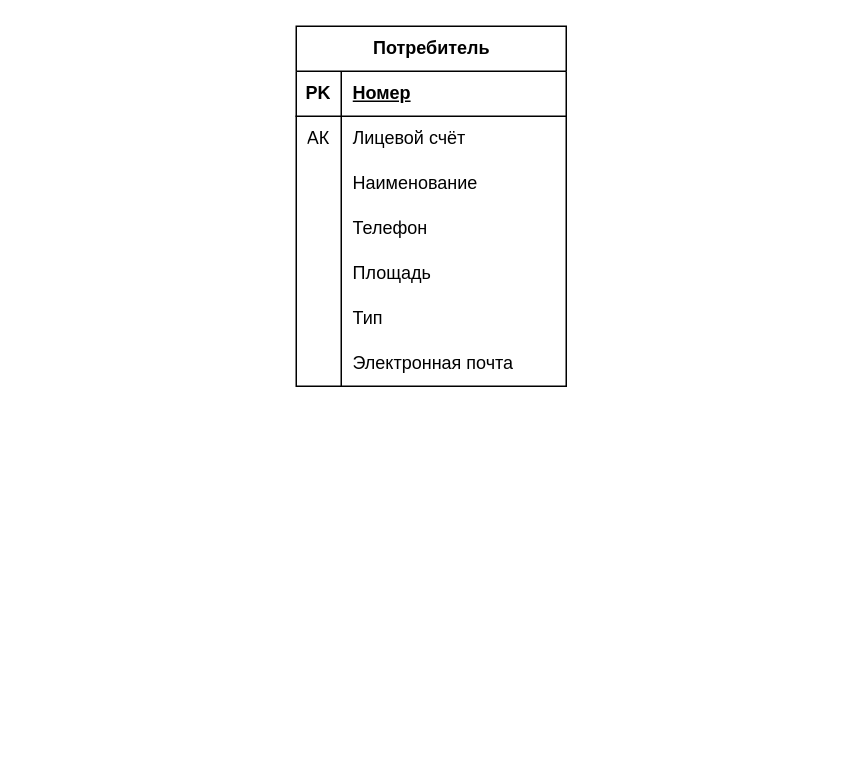
Earlier version of the draw.io diagram PBD/Z3/Diagrams/П_Ф_Ю.drawio (Mutabona/4Semestr). Source tidied: cells renumbered, new cells numbered last; positions are measured from the earlier drawing's top-left corner, leaving out a move shared by most shapes. Both pictures are drawn from the tidied source at 150%, with x=0, y=0 at pixel (296, 26).
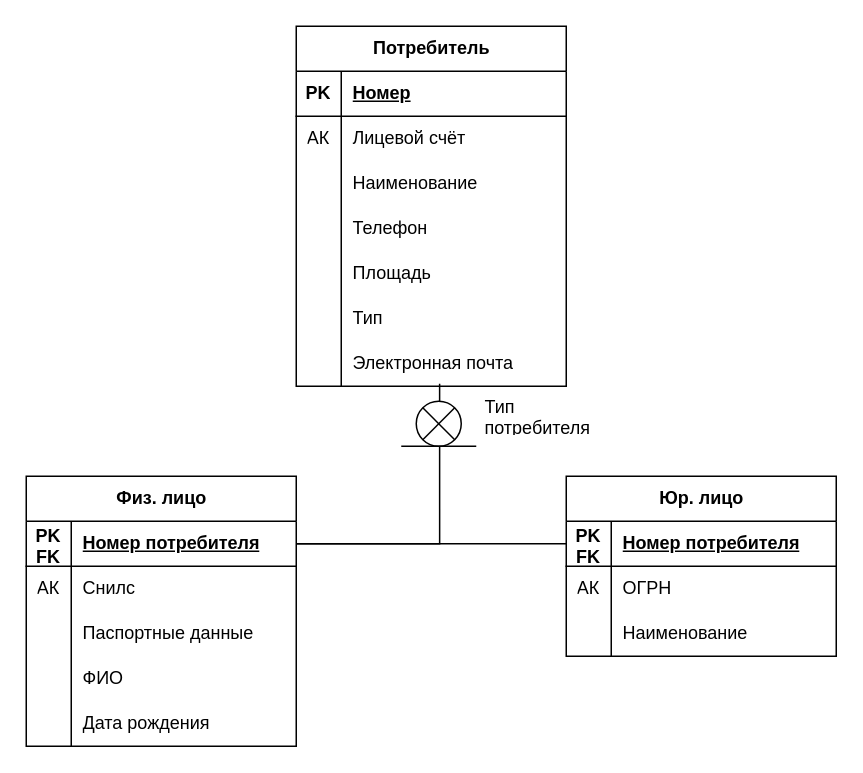
Above is the later version.

The change refers to these unchanged cells:
```xml
<mxCell id="21" style="shape=tableRow;horizontal=0;startSize=0;swimlaneHead=0;swimlaneBody=0;fillColor=none;points=[[0,0.5],[1,0.5]];portConstraint=eastwest;top=0;left=0;right=0;bottom=0;" parent="2" vertex="1">
  <mxGeometry y="210" width="180" height="30" as="geometry" />
</mxCell>
```

Diff of the diagram source:
```diff
@@
+    <mxCell id="24" value="Физ. лицо" style="shape=table;startSize=30;childLayout=tableLayout;rowLines=0;fontStyle=1;align=center;html=1;" parent="1" vertex="1">
+      <mxGeometry x="-180" y="300" width="180" height="180" as="geometry" />
+    </mxCell>
+    <mxCell id="25" style="shape=tableRow;horizontal=0;startSize=0;swimlaneHead=0;swimlaneBody=0;fillColor=none;points=[[0,0.5],[1,0.5]];portConstraint=eastwest;top=0;left=0;right=0;bottom=1;" parent="24" vertex="1">
+      <mxGeometry y="30" width="180" height="30" as="geometry" />
+    </mxCell>
+    <mxCell id="26" value="PK FK" style="shape=partialRectangle;fillColor=none;top=0;left=0;bottom=0;right=0;fontStyle=1;overflow=hidden;whiteSpace=wrap;html=1;" parent="25" vertex="1">
+      <mxGeometry width="30" height="30" as="geometry" />
+    </mxCell>
+    <mxCell id="27" value="Номер потребителя" style="shape=partialRectangle;fillColor=none;top=0;left=0;bottom=0;right=0;align=left;spacingLeft=6;fontStyle=5;overflow=hidden;whiteSpace=wrap;html=1;" parent="25" vertex="1">
+      <mxGeometry x="30" width="150" height="30" as="geometry" />
+    </mxCell>
+    <mxCell id="28" style="shape=tableRow;horizontal=0;startSize=0;swimlaneHead=0;swimlaneBody=0;fillColor=none;top=0;left=0;right=0;bottom=0;" parent="24" vertex="1">
+      <mxGeometry y="60" width="180" height="30" as="geometry" />
+    </mxCell>
+    <mxCell id="29" value="АК" style="shape=partialRectangle;fillColor=none;top=0;left=0;bottom=0;right=0;overflow=hidden;whiteSpace=wrap;html=1;" parent="28" vertex="1">
+      <mxGeometry width="30" height="30" as="geometry" />
+    </mxCell>
+    <mxCell id="30" value="Снилс" style="shape=partialRectangle;fillColor=none;top=0;left=0;bottom=0;right=0;align=left;spacingLeft=6;overflow=hidden;whiteSpace=wrap;html=1;" parent="28" vertex="1">
+      <mxGeometry x="30" width="150" height="30" as="geometry" />
+    </mxCell>
+    <mxCell id="31" style="shape=tableRow;horizontal=0;startSize=0;swimlaneHead=0;swimlaneBody=0;fillColor=none;top=0;left=0;right=0;bottom=0;" parent="24" vertex="1">
+      <mxGeometry y="90" width="180" height="30" as="geometry" />
+    </mxCell>
+    <mxCell id="32" style="shape=partialRectangle;fillColor=none;top=0;left=0;bottom=0;right=0;overflow=hidden;whiteSpace=wrap;html=1;" parent="31" vertex="1">
+      <mxGeometry width="30" height="30" as="geometry" />
+    </mxCell>
+    <mxCell id="33" value="Паспортные данные" style="shape=partialRectangle;fillColor=none;top=0;left=0;bottom=0;right=0;align=left;spacingLeft=6;overflow=hidden;whiteSpace=wrap;html=1;" parent="31" vertex="1">
+      <mxGeometry x="30" width="150" height="30" as="geometry" />
+    </mxCell>
+    <mxCell id="34" style="shape=tableRow;horizontal=0;startSize=0;swimlaneHead=0;swimlaneBody=0;fillColor=none;top=0;left=0;right=0;bottom=0;" parent="24" vertex="1">
+      <mxGeometry y="120" width="180" height="30" as="geometry" />
+    </mxCell>
+    <mxCell id="35" style="shape=partialRectangle;fillColor=none;top=0;left=0;bottom=0;right=0;overflow=hidden;whiteSpace=wrap;html=1;" parent="34" vertex="1">
+      <mxGeometry width="30" height="30" as="geometry" />
+    </mxCell>
+    <mxCell id="36" value="ФИО" style="shape=partialRectangle;fillColor=none;top=0;left=0;bottom=0;right=0;align=left;spacingLeft=6;overflow=hidden;whiteSpace=wrap;html=1;" parent="34" vertex="1">
+      <mxGeometry x="30" width="150" height="30" as="geometry" />
+    </mxCell>
+    <mxCell id="37" style="shape=tableRow;horizontal=0;startSize=0;swimlaneHead=0;swimlaneBody=0;fillColor=none;top=0;left=0;right=0;bottom=0;" parent="24" vertex="1">
+      <mxGeometry y="150" width="180" height="30" as="geometry" />
+    </mxCell>
+    <mxCell id="38" style="shape=partialRectangle;fillColor=none;top=0;left=0;bottom=0;right=0;overflow=hidden;whiteSpace=wrap;html=1;" parent="37" vertex="1">
+      <mxGeometry width="30" height="30" as="geometry" />
+    </mxCell>
+    <mxCell id="39" value="Дата рождения" style="shape=partialRectangle;fillColor=none;top=0;left=0;bottom=0;right=0;align=left;spacingLeft=6;overflow=hidden;whiteSpace=wrap;html=1;" parent="37" vertex="1">
+      <mxGeometry x="30" width="150" height="30" as="geometry" />
+    </mxCell>
+    <mxCell id="40" value="Юр. лицо" style="shape=table;startSize=30;childLayout=tableLayout;rowLines=0;fontStyle=1;align=center;html=1;" parent="1" vertex="1">
+      <mxGeometry x="180" y="300" width="180" height="120" as="geometry" />
+    </mxCell>
+    <mxCell id="41" style="shape=tableRow;horizontal=0;startSize=0;swimlaneHead=0;swimlaneBody=0;fillColor=none;points=[[0,0.5],[1,0.5]];portConstraint=eastwest;top=0;left=0;right=0;bottom=1;" parent="40" vertex="1">
+      <mxGeometry y="30" width="180" height="30" as="geometry" />
+    </mxCell>
+    <mxCell id="42" value="PK FK" style="shape=partialRectangle;fillColor=none;top=0;left=0;bottom=0;right=0;fontStyle=1;overflow=hidden;whiteSpace=wrap;html=1;" parent="41" vertex="1">
+      <mxGeometry width="30" height="30" as="geometry" />
+    </mxCell>
+    <mxCell id="43" value="Номер потребителя" style="shape=partialRectangle;fillColor=none;top=0;left=0;bottom=0;right=0;align=left;spacingLeft=6;fontStyle=5;overflow=hidden;whiteSpace=wrap;html=1;" parent="41" vertex="1">
+      <mxGeometry x="30" width="150" height="30" as="geometry" />
+    </mxCell>
+    <mxCell id="44" style="shape=tableRow;horizontal=0;startSize=0;swimlaneHead=0;swimlaneBody=0;fillColor=none;top=0;left=0;right=0;bottom=0;" parent="40" vertex="1">
+      <mxGeometry y="60" width="180" height="30" as="geometry" />
+    </mxCell>
+    <mxCell id="45" value="АК" style="shape=partialRectangle;fillColor=none;top=0;left=0;bottom=0;right=0;overflow=hidden;whiteSpace=wrap;html=1;" parent="44" vertex="1">
+      <mxGeometry width="30" height="30" as="geometry" />
+    </mxCell>
+    <mxCell id="46" value="ОГРН" style="shape=partialRectangle;fillColor=none;top=0;left=0;bottom=0;right=0;align=left;spacingLeft=6;overflow=hidden;whiteSpace=wrap;html=1;" parent="44" vertex="1">
+      <mxGeometry x="30" width="150" height="30" as="geometry" />
+    </mxCell>
+    <mxCell id="47" style="shape=tableRow;horizontal=0;startSize=0;swimlaneHead=0;swimlaneBody=0;fillColor=none;top=0;left=0;right=0;bottom=0;" parent="40" vertex="1">
+      <mxGeometry y="90" width="180" height="30" as="geometry" />
+    </mxCell>
+    <mxCell id="48" style="shape=partialRectangle;fillColor=none;top=0;left=0;bottom=0;right=0;overflow=hidden;whiteSpace=wrap;html=1;" parent="47" vertex="1">
+      <mxGeometry width="30" height="30" as="geometry" />
+    </mxCell>
+    <mxCell id="49" value="Наименование" style="shape=partialRectangle;fillColor=none;top=0;left=0;bottom=0;right=0;align=left;spacingLeft=6;overflow=hidden;whiteSpace=wrap;html=1;" parent="47" vertex="1">
+      <mxGeometry x="30" width="150" height="30" as="geometry" />
+    </mxCell>
+    <mxCell id="50" style="edgeStyle=orthogonalEdgeStyle;rounded=0;jettySize=auto;html=1;exitX=1;exitY=0.5;exitDx=0;exitDy=0;entryX=0.531;entryY=0.947;entryDx=0;entryDy=0;entryPerimeter=0;endArrow=none;endFill=0;" parent="1" edge="1" source="25" target="21">
+      <mxGeometry relative="1" as="geometry">
+        <Array as="points">
+          <mxPoint x="96" y="345" />
+        </Array>
+      </mxGeometry>
+    </mxCell>
+    <mxCell id="51" style="edgeStyle=orthogonalEdgeStyle;rounded=0;jettySize=auto;html=1;entryX=1;entryY=0.5;entryDx=0;entryDy=0;endArrow=none;endFill=0;" parent="1" edge="1" source="41" target="25">
+      <mxGeometry relative="1" as="geometry" />
+    </mxCell>
+    <mxCell id="52" style="shape=sumEllipse;perimeter=ellipsePerimeter;whiteSpace=wrap;html=1;backgroundOutline=1;fillStyle=solid;" parent="1" vertex="1">
+      <mxGeometry x="80" y="250" width="30" height="30" as="geometry" />
+    </mxCell>
+    <mxCell id="53" style="endArrow=none;html=1;rounded=0;" parent="1" edge="1">
+      <mxGeometry relative="1" as="geometry">
+        <mxPoint x="70" y="280" as="sourcePoint" />
+        <mxPoint x="120" y="280" as="targetPoint" />
+      </mxGeometry>
+    </mxCell>
+    <mxCell id="54" value="Тип потребителя" style="text;strokeColor=none;fillColor=none;spacingLeft=4;spacingRight=4;overflow=hidden;fontSize=12;whiteSpace=wrap;html=1;" parent="1" vertex="1">
+      <mxGeometry x="120" y="240" width="80" height="30" as="geometry" />
+    </mxCell>
```
